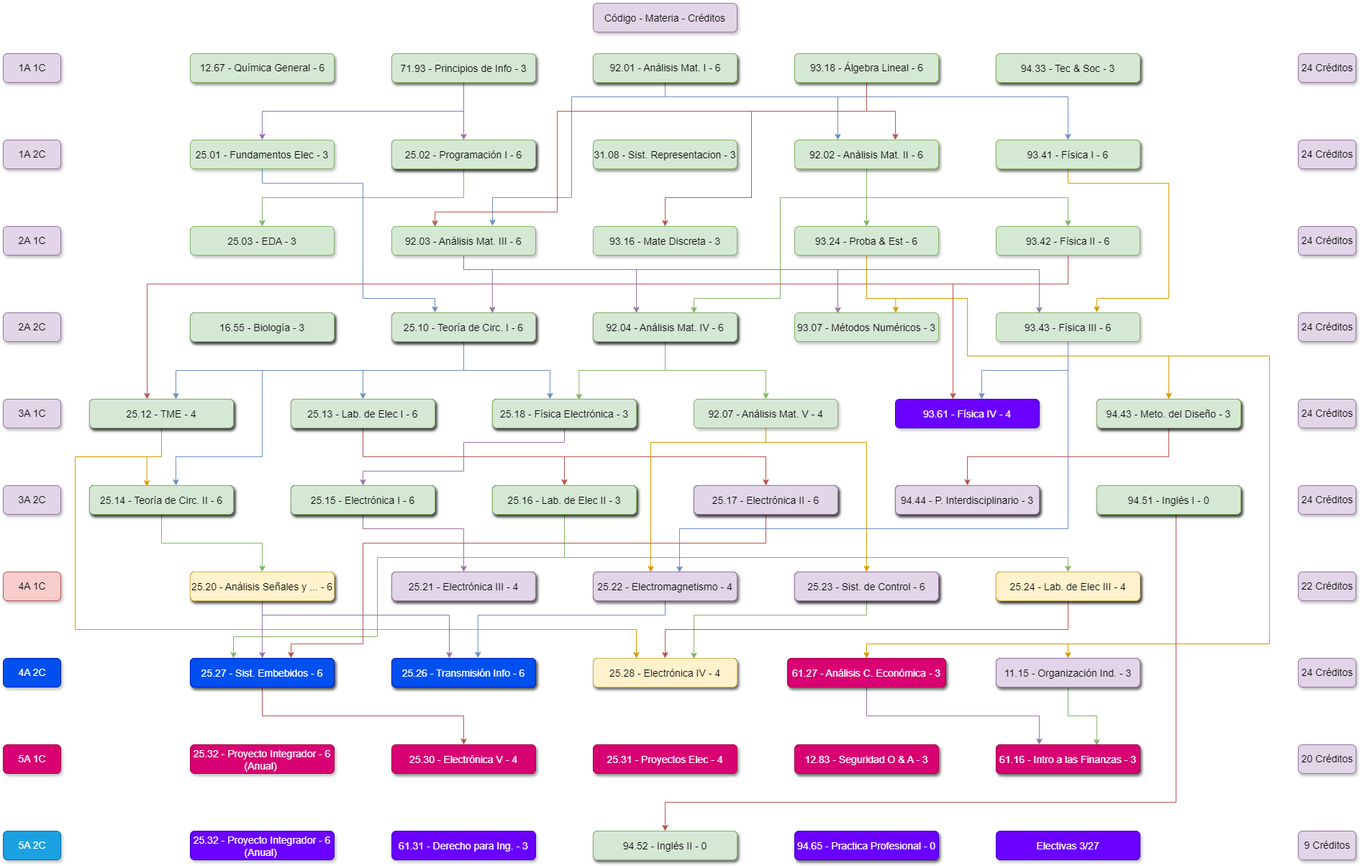
Before: K22.drawio.png, a diagram exported from draw.io (juanipla/K22). Source tidied: cells renumbered, new cells last; positions are measured from the earlier drawing's top-left corner, leaving out a move shared by most shapes.
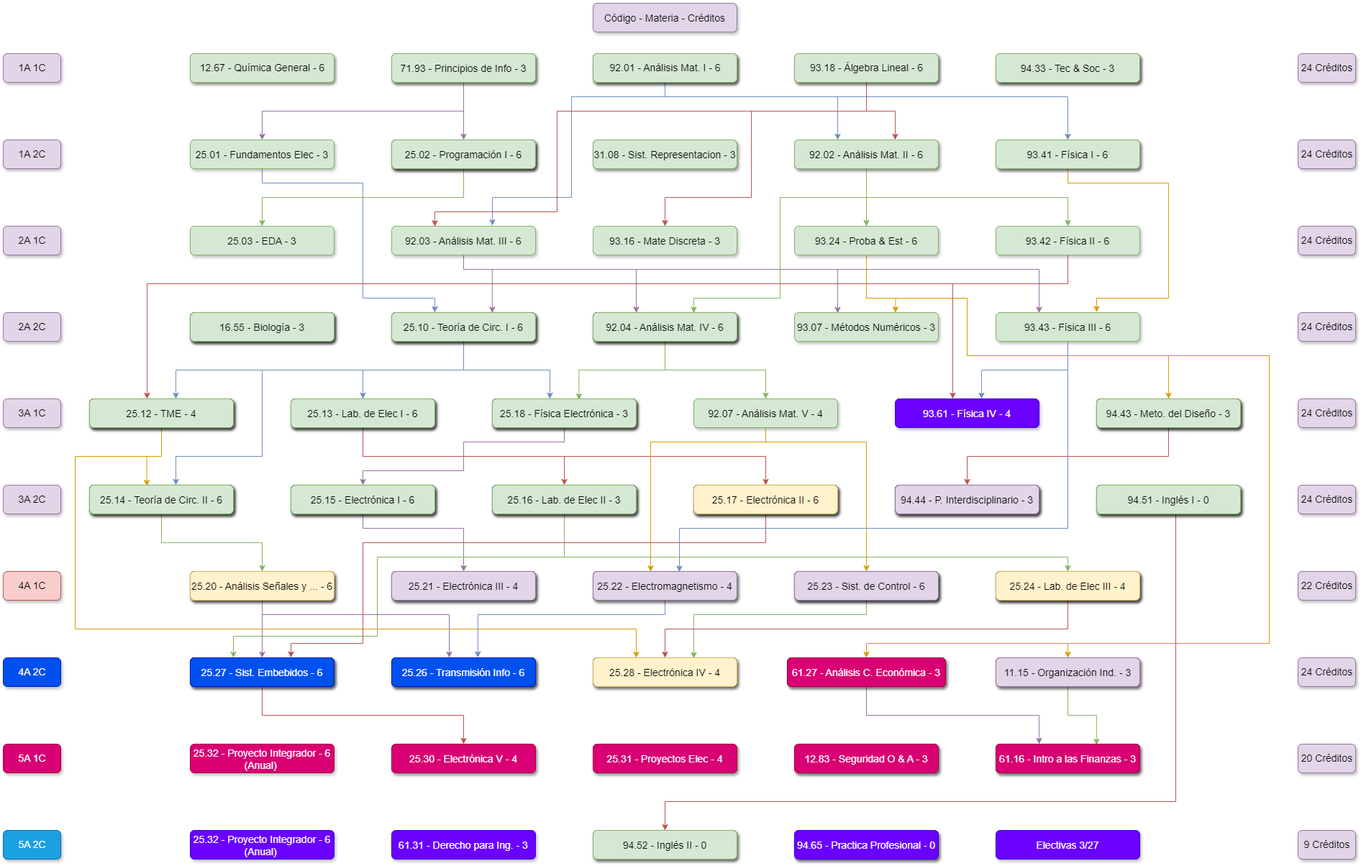
Later version of the same file.

Change to the diagram source:
```diff
@@ -880,7 +880,7 @@
     <mxCell id="203" value="25.16 - Lab. de Elec II - 3" style="rounded=1;fillColor=#d5e8d4;strokeColor=#82b366;shadow=1;fontStyle=0;fontSize=14;labelBorderColor=none;labelBackgroundColor=none;verticalAlign=middle;" parent="1" vertex="1">
       <mxGeometry x="680" y="670" width="200" height="40" as="geometry" />
     </mxCell>
-    <mxCell id="204" value="25.17 - Electrónica II - 6" style="rounded=1;fillColor=#e1d5e7;strokeColor=#9673a6;shadow=1;fontStyle=0;fontSize=14;labelBorderColor=none;labelBackgroundColor=none;verticalAlign=middle;" parent="1" vertex="1">
+    <mxCell id="204" value="25.17 - Electrónica II - 6" style="rounded=1;fillColor=#fff2cc;strokeColor=#d6b656;shadow=1;fontStyle=0;fontSize=14;labelBorderColor=none;labelBackgroundColor=none;verticalAlign=middle;" parent="1" vertex="1">
       <mxGeometry x="960" y="670" width="200" height="40" as="geometry" />
     </mxCell>
     <mxCell id="205" value="94.44 - P. Interdisciplinario - 3" style="rounded=1;fillColor=#e1d5e7;strokeColor=#9673a6;shadow=1;fontStyle=0;fontSize=14;labelBorderColor=none;labelBackgroundColor=none;verticalAlign=middle;" parent="1" vertex="1">
```
